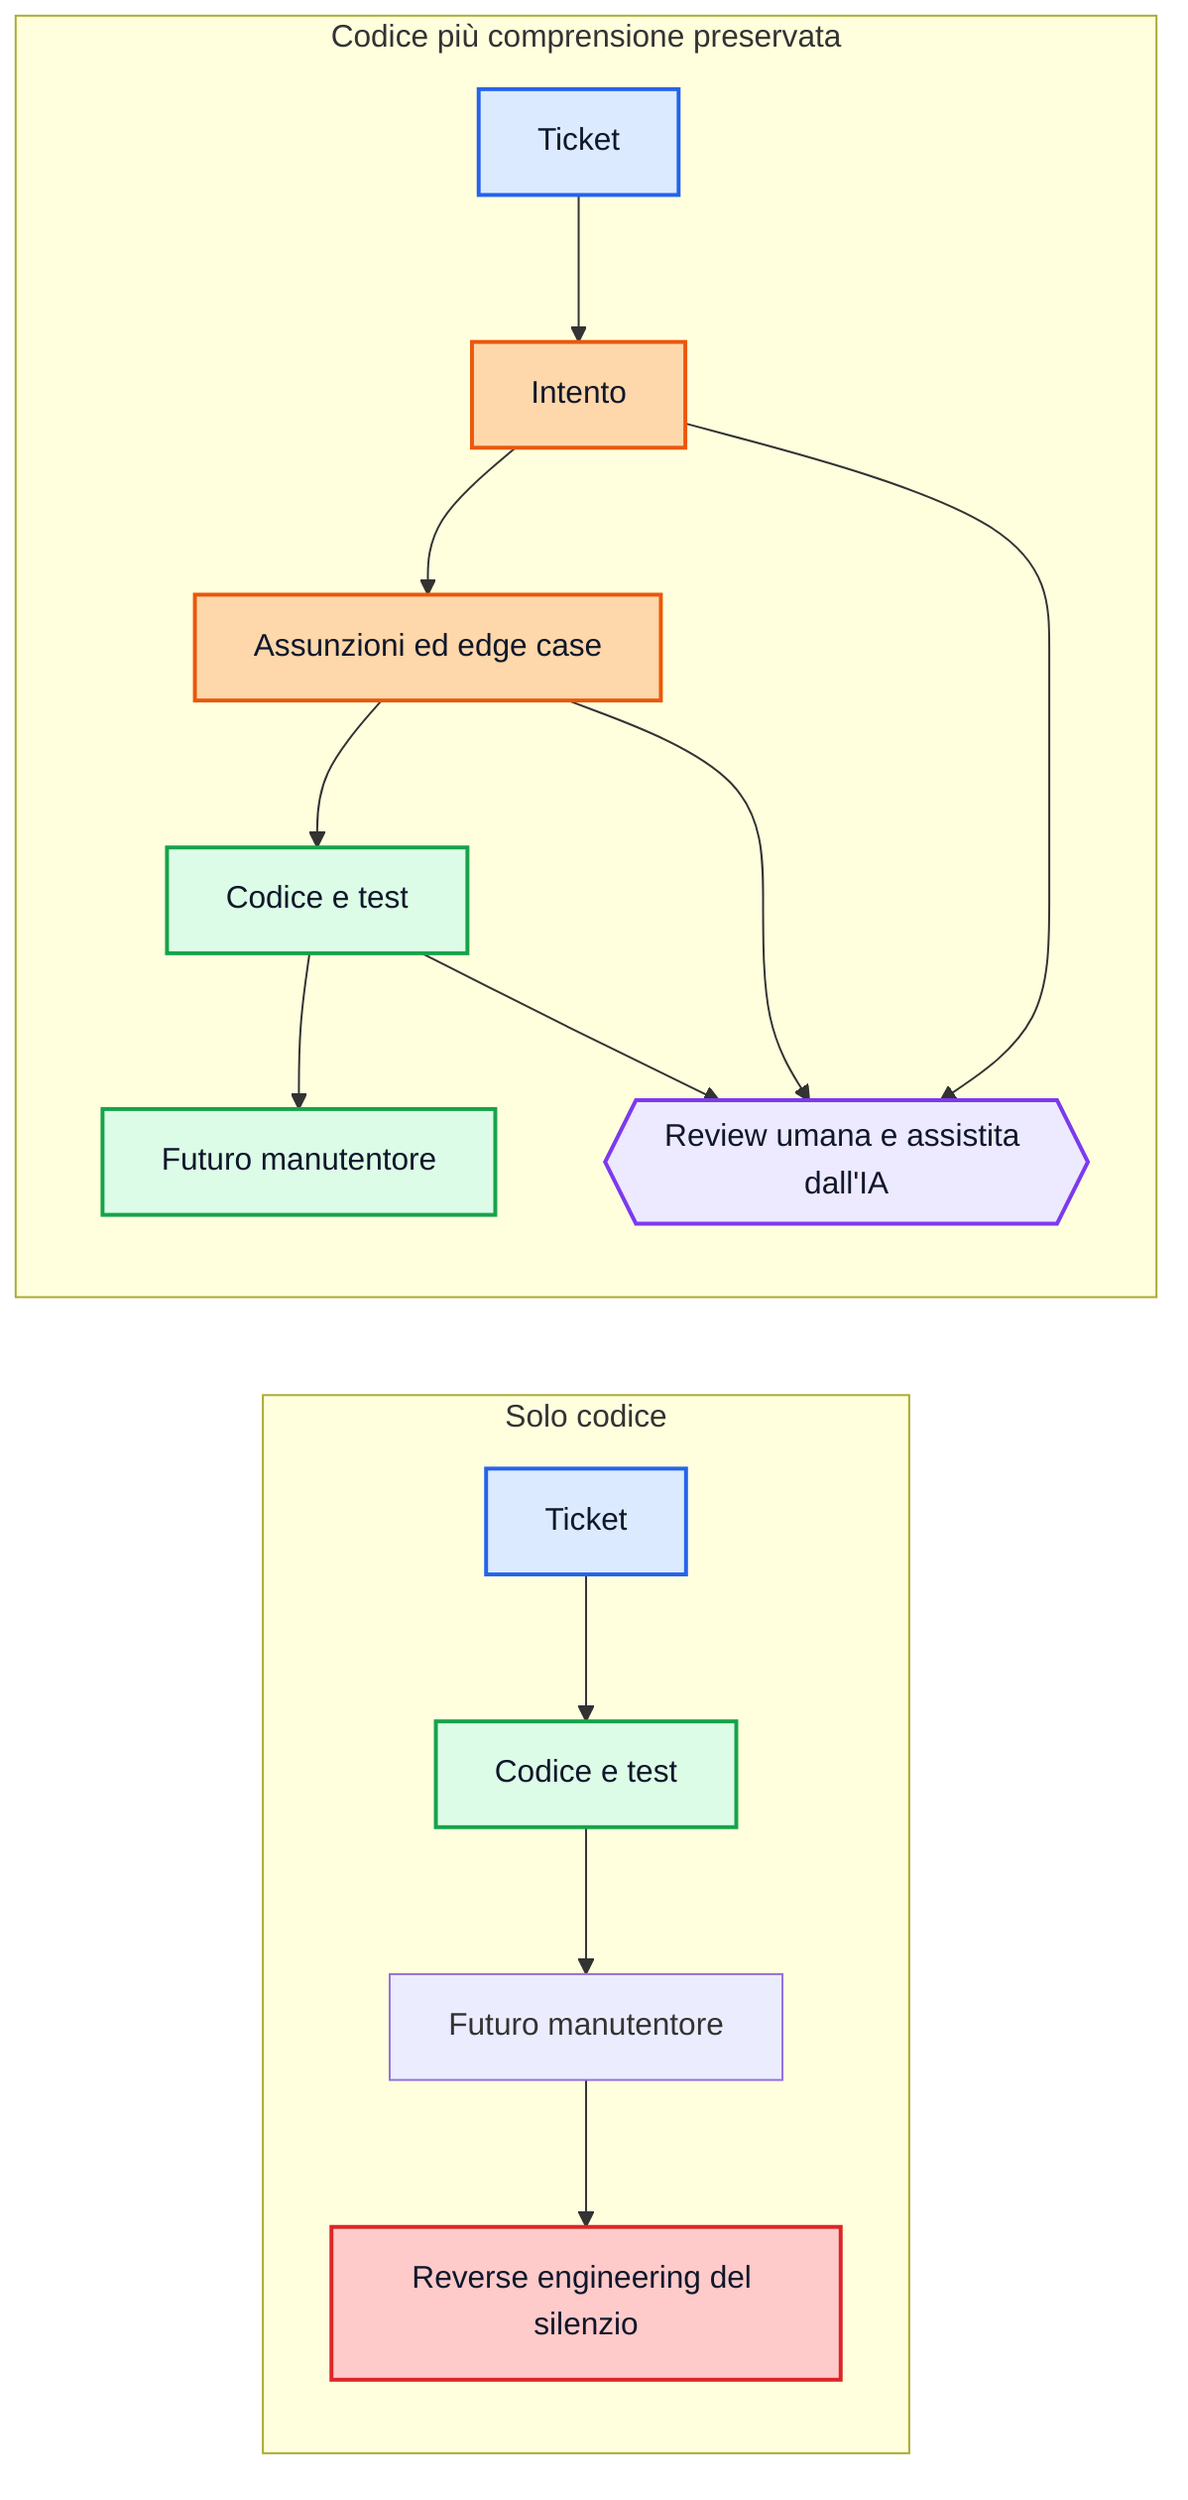
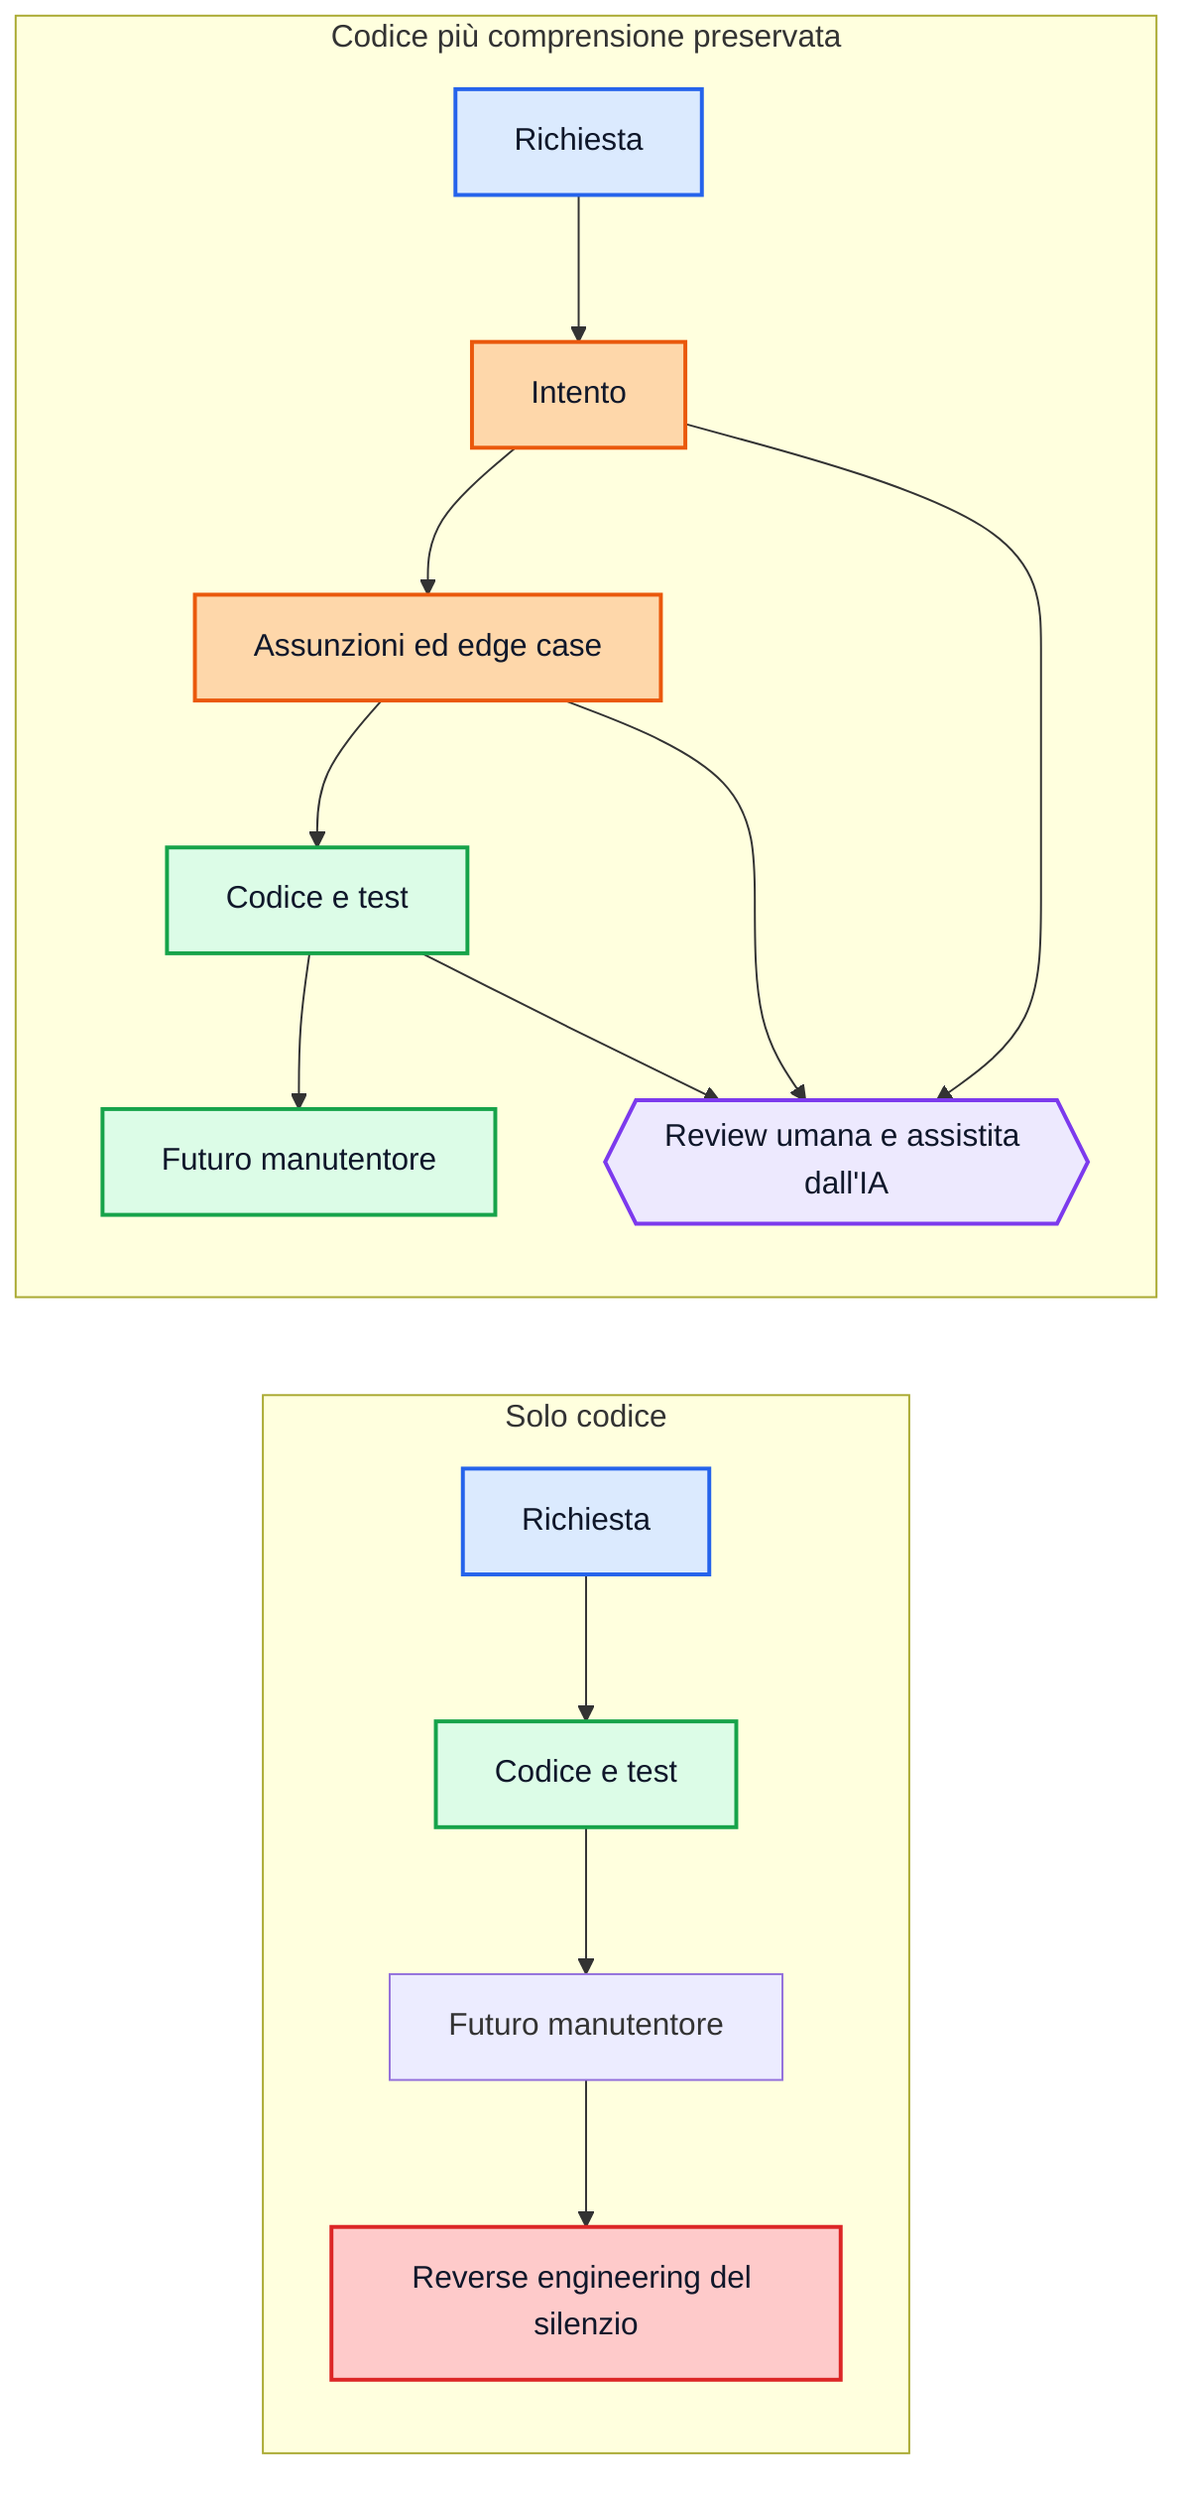
%% Blue = specification or source of truth.
%% Orange = inferred intent and preserved understanding.
%% Green = implementation artifacts.
%% Purple = review and validation loops.
%% Red = maintainability risk.
%% Mermaid source is authoritative. Render with htmlLabels: false via tools/mermaid-render-config.json.
flowchart LR
    subgraph LEFT[Solo codice]
-         LSPEC[Ticket]
+         LSPEC[Richiesta]
        LCODE[Codice e test]
        LMAINT[Futuro manutentore]
        LRISK[Reverse engineering del silenzio]

        LSPEC --> LCODE --> LMAINT --> LRISK
    end

    subgraph RIGHT[Codice più comprensione preservata]
-         RSPEC[Ticket]
+         RSPEC[Richiesta]
        RINTENT[Intento]
        RASSUME[Assunzioni ed edge case]
        RCODE[Codice e test]
        RREVIEW{{Review umana e assistita dall'IA}}
        RMAINT[Futuro manutentore]

        RSPEC --> RINTENT --> RASSUME --> RCODE --> RMAINT
        RINTENT --> RREVIEW
        RASSUME --> RREVIEW
        RCODE --> RREVIEW
    end

    classDef source fill:#dbeafe,stroke:#2563eb,stroke-width:2px,color:#0f172a;
    classDef understanding fill:#fed7aa,stroke:#ea580c,stroke-width:2px,color:#0f172a;
    classDef implementation fill:#dcfce7,stroke:#16a34a,stroke-width:2px,color:#0f172a;
    classDef review fill:#ede9fe,stroke:#7c3aed,stroke-width:2px,color:#0f172a;
    classDef risk fill:#fecaca,stroke:#dc2626,stroke-width:2px,color:#0f172a;

    class LSPEC,RSPEC source;
    class RINTENT,RASSUME understanding;
    class LCODE,RCODE,RMAINT implementation;
    class RREVIEW review;
    class LRISK risk;
